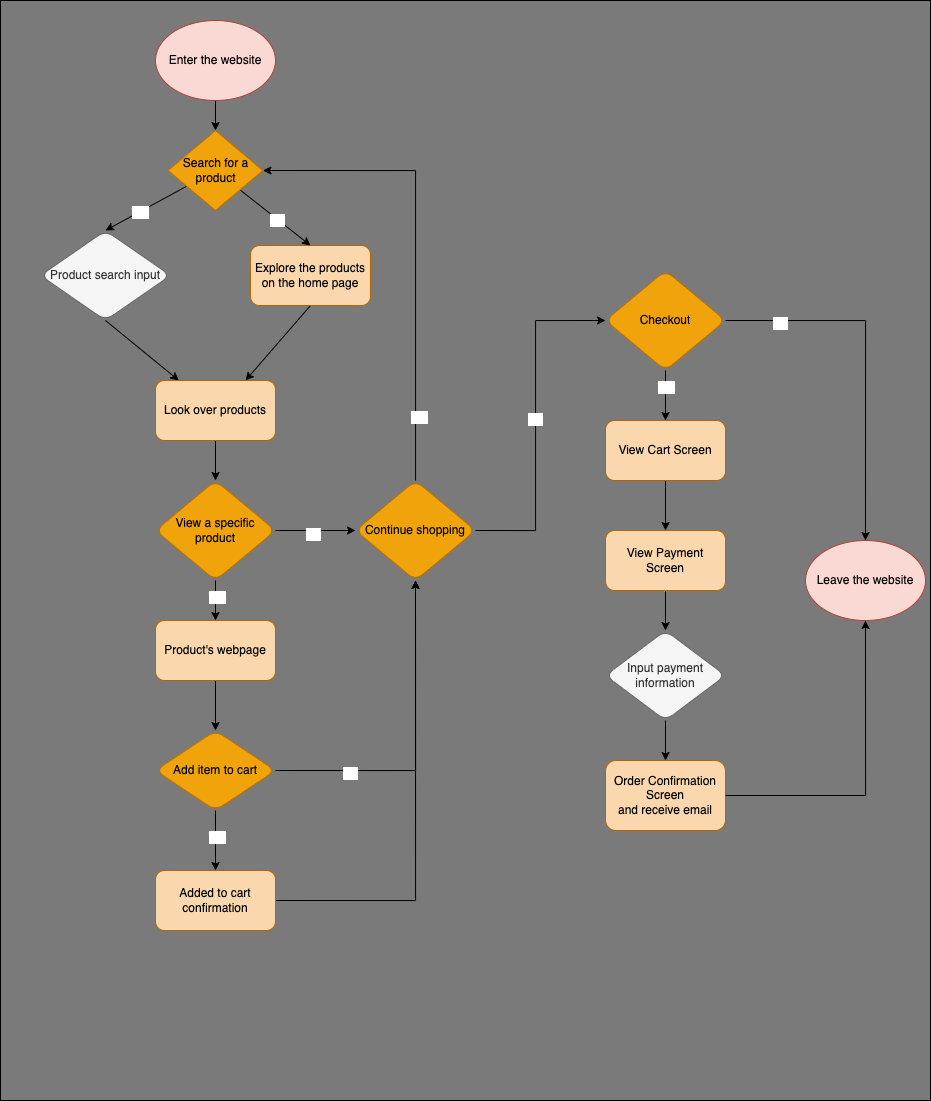
The draw.io diagram explore/diagramming/diagram.drawio.png in compivar/fa22-cse110-lab4, before a commit. Source tidied: cells renumbered, new cells last; positions are measured from the earlier drawing's top-left corner, leaving out a move shared by most shapes.
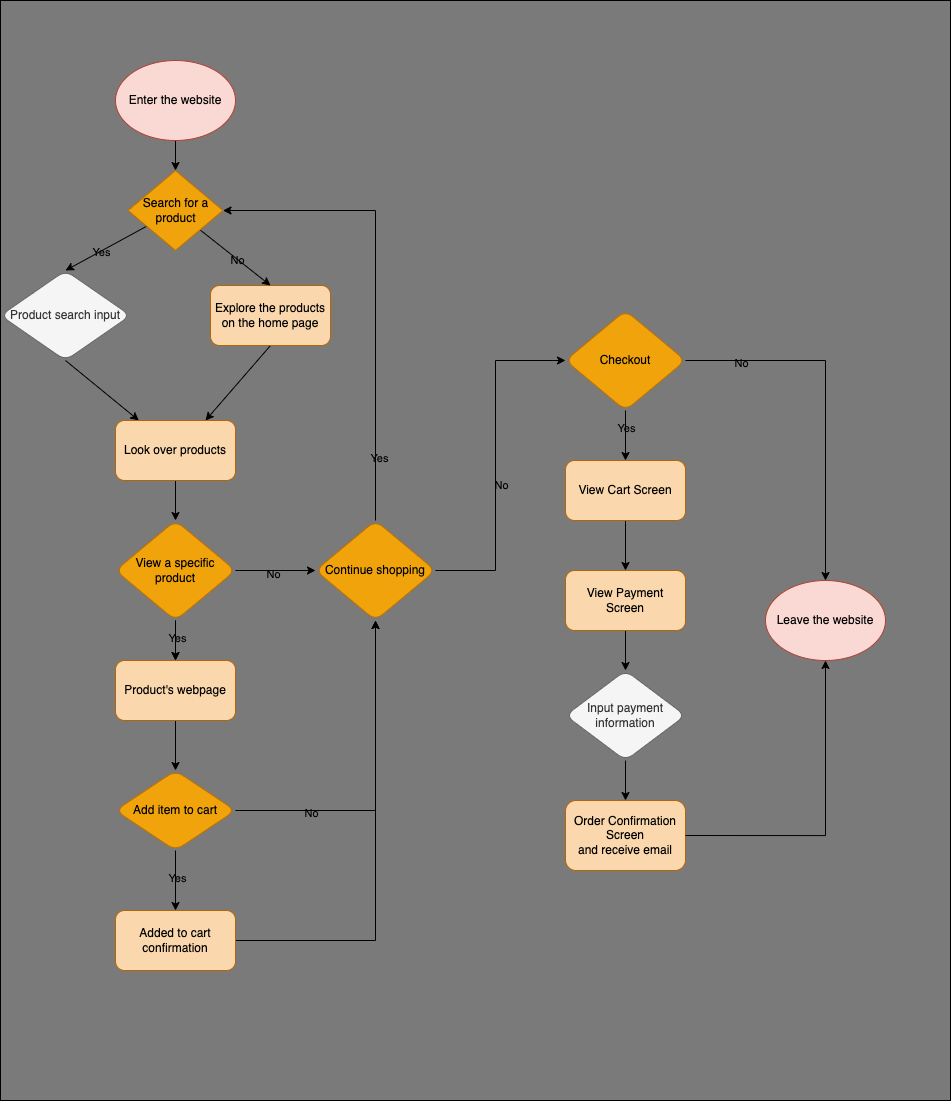
The same file after the commit.

Commit message:
Updated diagram background

What changed in the source:
```diff
@@ -1,12 +1,12 @@
-<mxGraphModel>
+<mxGraphModel background="#C4C4C4">
   <root>
     <mxCell id="0" />
     <mxCell id="1" value="Background Color" parent="0" />
     <mxCell id="2" style="rounded=0;whiteSpace=wrap;html=1;fontColor=#FFFFFF;fillColor=#7A7A7A;" parent="1" vertex="1">
-      <mxGeometry width="930" height="1100" as="geometry" />
+      <mxGeometry x="40" y="-40" width="950" height="1100" as="geometry" />
     </mxCell>
     <mxCell id="3" parent="0" />
-    <mxCell id="4" style="edgeStyle=none;html=1;fontColor=#000000;entryX=0.5;entryY=0;entryDx=0;entryDy=0;" parent="3" edge="1" source="5" target="35">
+    <mxCell id="4" style="edgeStyle=none;html=1;fontColor=#000000;entryX=0.5;entryY=0;entryDx=0;entryDy=0;strokeColor=#000000;" parent="3" edge="1" source="5" target="35">
       <mxGeometry relative="1" as="geometry" />
     </mxCell>
     <mxCell id="5" value="&lt;font color=&quot;#000000&quot;&gt;Enter the website&lt;br&gt;&lt;/font&gt;" style="ellipse;whiteSpace=wrap;html=1;fillColor=#fad9d5;strokeColor=#ae4132;" parent="3" vertex="1">
@@ -15,57 +15,60 @@
     <mxCell id="6" value="&lt;font color=&quot;#000000&quot;&gt;Leave&amp;nbsp;the website&lt;br&gt;&lt;/font&gt;" style="ellipse;whiteSpace=wrap;html=1;fillColor=#fad9d5;strokeColor=#ae4132;" parent="3" vertex="1">
       <mxGeometry x="805" y="540" width="120" height="80" as="geometry" />
     </mxCell>
-    <mxCell id="7" style="edgeStyle=none;html=1;entryX=0.75;entryY=0;entryDx=0;entryDy=0;fontColor=#000000;exitX=0.5;exitY=1;exitDx=0;exitDy=0;" parent="3" edge="1" source="8" target="12">
+    <mxCell id="7" style="edgeStyle=none;html=1;entryX=0.75;entryY=0;entryDx=0;entryDy=0;fontColor=#000000;exitX=0.5;exitY=1;exitDx=0;exitDy=0;strokeColor=#000000;" parent="3" edge="1" source="8" target="12">
       <mxGeometry relative="1" as="geometry" />
     </mxCell>
     <mxCell id="8" value="&lt;font color=&quot;#000000&quot;&gt;Explore the products on the home page&lt;br&gt;&lt;/font&gt;" style="rounded=1;whiteSpace=wrap;html=1;fillColor=#fad7ac;strokeColor=#b46504;" parent="3" vertex="1">
       <mxGeometry x="250" y="245" width="120" height="60" as="geometry" />
     </mxCell>
-    <mxCell id="9" style="edgeStyle=none;html=1;fontColor=#000000;exitX=0.5;exitY=1;exitDx=0;exitDy=0;" parent="3" edge="1" source="10" target="12">
+    <mxCell id="9" style="edgeStyle=none;html=1;fontColor=#000000;exitX=0.5;exitY=1;exitDx=0;exitDy=0;strokeColor=#000000;" parent="3" edge="1" source="10" target="12">
       <mxGeometry relative="1" as="geometry" />
     </mxCell>
     <mxCell id="10" value="Product search input" style="rhombus;whiteSpace=wrap;html=1;fillColor=#f5f5f5;strokeColor=#666666;rounded=1;fontColor=#333333;" parent="3" vertex="1">
       <mxGeometry x="40" y="230" width="130" height="90" as="geometry" />
     </mxCell>
-    <mxCell id="11" style="edgeStyle=none;html=1;fontColor=#000000;" parent="3" edge="1" source="12" target="17">
+    <mxCell id="11" style="edgeStyle=none;html=1;fontColor=#000000;strokeColor=#000000;" parent="3" edge="1" source="12" target="17">
       <mxGeometry relative="1" as="geometry" />
     </mxCell>
     <mxCell id="12" value="Look over products" style="rounded=1;whiteSpace=wrap;html=1;fillColor=#fad7ac;strokeColor=#b46504;fontColor=#000000;" parent="3" vertex="1">
       <mxGeometry x="155" y="380" width="120" height="60" as="geometry" />
     </mxCell>
-    <mxCell id="13" style="edgeStyle=none;html=1;fontColor=#000000;" parent="3" edge="1" source="17" target="19">
+    <mxCell id="13" style="edgeStyle=none;html=1;fontColor=#000000;strokeColor=#000000;" parent="3" edge="1" source="17" target="19">
       <mxGeometry relative="1" as="geometry" />
     </mxCell>
-    <mxCell id="14" value="&lt;font color=&quot;#ffffff&quot;&gt;Yes&lt;/font&gt;" style="edgeLabel;html=1;align=center;verticalAlign=middle;fontColor=#000000;" parent="13" vertex="1">
+    <mxCell id="14" value="&lt;font&gt;Yes&lt;/font&gt;" style="edgeLabel;html=1;align=center;verticalAlign=middle;fontColor=#000000;labelBackgroundColor=none;" parent="13" vertex="1">
       <mxGeometry x="-0.17" y="1" relative="1" as="geometry" />
     </mxCell>
-    <mxCell id="15" style="edgeStyle=none;rounded=0;html=1;fontColor=#FFFFFF;" parent="3" edge="1" source="17" target="25">
+    <mxCell id="15" style="edgeStyle=none;rounded=0;html=1;fontColor=#FFFFFF;strokeColor=#000000;" parent="3" edge="1" source="17" target="25">
       <mxGeometry relative="1" as="geometry" />
     </mxCell>
-    <mxCell id="16" value="No" style="edgeLabel;html=1;align=center;verticalAlign=middle;fontColor=#FFFFFF;" parent="15" vertex="1">
+    <mxCell id="16" value="No" style="edgeLabel;html=1;align=center;verticalAlign=middle;fontColor=#000000;labelBackgroundColor=none;" parent="15" vertex="1">
       <mxGeometry x="-0.07" y="-2" relative="1" as="geometry">
         <mxPoint y="1" as="offset" />
       </mxGeometry>
     </mxCell>
+    <mxCell id="49" style="edgeStyle=none;rounded=0;html=1;fontColor=#000000;strokeColor=#000000;" parent="3" edge="1" source="17" target="19">
+      <mxGeometry relative="1" as="geometry" />
+    </mxCell>
     <mxCell id="17" value="View a specific product" style="rhombus;whiteSpace=wrap;html=1;rounded=1;fillColor=#f0a30a;fontColor=#000000;strokeColor=#BD7000;" parent="3" vertex="1">
       <mxGeometry x="155" y="480" width="120" height="100" as="geometry" />
     </mxCell>
-    <mxCell id="18" style="edgeStyle=none;html=1;fontColor=#000000;" parent="3" edge="1" source="19" target="22">
+    <mxCell id="18" style="edgeStyle=none;html=1;fontColor=#000000;strokeColor=#000000;" parent="3" edge="1" source="19" target="22">
       <mxGeometry relative="1" as="geometry" />
     </mxCell>
     <mxCell id="19" value="Product's webpage" style="rounded=1;whiteSpace=wrap;html=1;fillColor=#fad7ac;strokeColor=#b46504;fontColor=#000000;" parent="3" vertex="1">
       <mxGeometry x="155" y="620" width="120" height="60" as="geometry" />
     </mxCell>
-    <mxCell id="20" style="edgeStyle=none;rounded=0;html=1;fontColor=#000000;" parent="3" edge="1" source="22" target="24">
+    <mxCell id="20" style="edgeStyle=none;rounded=0;html=1;fontColor=#000000;strokeColor=#000000;" parent="3" edge="1" source="22" target="24">
       <mxGeometry relative="1" as="geometry" />
     </mxCell>
-    <mxCell id="21" value="Yes" style="edgeLabel;html=1;align=center;verticalAlign=middle;fontColor=#FFFFFF;" parent="20" vertex="1">
+    <mxCell id="21" value="Yes" style="edgeLabel;html=1;align=center;verticalAlign=middle;fontColor=#000000;labelBackgroundColor=none;" parent="20" vertex="1">
       <mxGeometry x="-0.09" y="1" relative="1" as="geometry" />
     </mxCell>
     <mxCell id="22" value="Add item to cart" style="rhombus;whiteSpace=wrap;html=1;rounded=1;fillColor=#f0a30a;fontColor=#000000;strokeColor=#BD7000;" parent="3" vertex="1">
       <mxGeometry x="155" y="730" width="120" height="80" as="geometry" />
     </mxCell>
-    <mxCell id="23" style="edgeStyle=orthogonalEdgeStyle;rounded=0;html=1;fontColor=#000000;entryX=0.5;entryY=1;entryDx=0;entryDy=0;" parent="3" edge="1" target="25">
+    <mxCell id="23" style="edgeStyle=orthogonalEdgeStyle;rounded=0;html=1;fontColor=#000000;entryX=0.5;entryY=1;entryDx=0;entryDy=0;strokeColor=#000000;" parent="3" edge="1" target="25">
       <mxGeometry relative="1" as="geometry">
         <mxPoint x="275" y="900" as="sourcePoint" />
         <Array as="points">
@@ -79,16 +82,16 @@
     <mxCell id="25" value="Continue shopping" style="rhombus;whiteSpace=wrap;html=1;rounded=1;fillColor=#f0a30a;fontColor=#000000;strokeColor=#BD7000;" parent="3" vertex="1">
       <mxGeometry x="355" y="480" width="120" height="100" as="geometry" />
     </mxCell>
-    <mxCell id="26" style="edgeStyle=none;rounded=0;html=1;fontColor=#FFFFFF;" parent="3" edge="1" source="28" target="39">
+    <mxCell id="26" style="edgeStyle=none;rounded=0;html=1;fontColor=#FFFFFF;strokeColor=#000000;" parent="3" edge="1" source="28" target="39">
       <mxGeometry relative="1" as="geometry" />
     </mxCell>
-    <mxCell id="27" value="Yes" style="edgeLabel;html=1;align=center;verticalAlign=middle;fontColor=#FFFFFF;" parent="26" vertex="1">
+    <mxCell id="27" value="Yes" style="edgeLabel;html=1;align=center;verticalAlign=middle;fontColor=#000000;labelBackgroundColor=none;" parent="26" vertex="1">
       <mxGeometry x="-0.35" relative="1" as="geometry" />
     </mxCell>
     <mxCell id="28" value="Checkout" style="rhombus;whiteSpace=wrap;html=1;rounded=1;fillColor=#f0a30a;fontColor=#000000;strokeColor=#BD7000;" parent="3" vertex="1">
       <mxGeometry x="605" y="270" width="120" height="100" as="geometry" />
     </mxCell>
-    <mxCell id="29" style="edgeStyle=orthogonalEdgeStyle;rounded=0;html=1;fontColor=#000000;" parent="3" edge="1">
+    <mxCell id="29" style="edgeStyle=orthogonalEdgeStyle;rounded=0;html=1;fontColor=#000000;strokeColor=#000000;" parent="3" edge="1">
       <mxGeometry relative="1" as="geometry">
         <mxPoint x="275" y="770" as="sourcePoint" />
         <mxPoint x="415" y="580" as="targetPoint" />
@@ -97,19 +100,19 @@
         </Array>
       </mxGeometry>
     </mxCell>
-    <mxCell id="30" value="No" style="edgeLabel;html=1;align=center;verticalAlign=middle;fontColor=#FFFFFF;" parent="29" vertex="1">
+    <mxCell id="30" value="No" style="edgeLabel;html=1;align=center;verticalAlign=middle;fontColor=#000000;labelBackgroundColor=none;" parent="29" vertex="1">
       <mxGeometry x="-0.55" y="-2" relative="1" as="geometry" />
     </mxCell>
-    <mxCell id="31" style="edgeStyle=none;rounded=0;html=1;entryX=0.5;entryY=0;entryDx=0;entryDy=0;fontColor=#FFFFFF;" parent="3" edge="1" source="35" target="10">
+    <mxCell id="31" style="edgeStyle=none;rounded=0;html=1;entryX=0.5;entryY=0;entryDx=0;entryDy=0;fontColor=#FFFFFF;strokeColor=#000000;" parent="3" edge="1" source="35" target="10">
       <mxGeometry relative="1" as="geometry" />
     </mxCell>
-    <mxCell id="32" value="Yes" style="edgeLabel;html=1;align=center;verticalAlign=middle;fontColor=#FFFFFF;" parent="31" vertex="1">
+    <mxCell id="32" value="&lt;font color=&quot;#000000&quot;&gt;Yes&lt;/font&gt;" style="edgeLabel;html=1;align=center;verticalAlign=middle;fontColor=#FFFFFF;labelBackgroundColor=none;" parent="31" vertex="1">
       <mxGeometry x="0.14" relative="1" as="geometry" />
     </mxCell>
-    <mxCell id="33" style="edgeStyle=none;rounded=0;html=1;entryX=0.5;entryY=0;entryDx=0;entryDy=0;fontColor=#FFFFFF;" parent="3" edge="1" source="35" target="8">
+    <mxCell id="33" style="edgeStyle=none;rounded=0;html=1;entryX=0.5;entryY=0;entryDx=0;entryDy=0;fontColor=#FFFFFF;strokeColor=#000000;" parent="3" edge="1" source="35" target="8">
       <mxGeometry relative="1" as="geometry" />
     </mxCell>
-    <mxCell id="34" value="No" style="edgeLabel;html=1;align=center;verticalAlign=middle;fontColor=#FFFFFF;" parent="33" vertex="1">
+    <mxCell id="34" value="No" style="edgeLabel;html=1;align=center;verticalAlign=middle;fontColor=#000000;labelBackgroundColor=none;" parent="33" vertex="1">
       <mxGeometry x="0.06" relative="1" as="geometry">
         <mxPoint x="-1" as="offset" />
       </mxGeometry>
@@ -117,29 +120,29 @@
     <mxCell id="35" value="Search for a product" style="rhombus;whiteSpace=wrap;html=1;fontColor=#000000;fillColor=#f0a30a;strokeColor=#BD7000;" parent="3" vertex="1">
       <mxGeometry x="167.5" y="130" width="95" height="80" as="geometry" />
     </mxCell>
-    <mxCell id="36" style="edgeStyle=orthogonalEdgeStyle;rounded=0;html=1;fontColor=#000000;entryX=1;entryY=0.5;entryDx=0;entryDy=0;" parent="3" edge="1" source="25" target="35">
+    <mxCell id="36" style="edgeStyle=orthogonalEdgeStyle;rounded=0;html=1;fontColor=#000000;entryX=1;entryY=0.5;entryDx=0;entryDy=0;strokeColor=#000000;" parent="3" edge="1" source="25" target="35">
       <mxGeometry relative="1" as="geometry">
         <Array as="points">
           <mxPoint x="415" y="170" />
         </Array>
       </mxGeometry>
     </mxCell>
-    <mxCell id="37" value="Yes" style="edgeLabel;html=1;align=center;verticalAlign=middle;fontColor=#FFFFFF;" parent="36" vertex="1">
+    <mxCell id="37" value="Yes" style="edgeLabel;html=1;align=center;verticalAlign=middle;fontColor=#000000;labelBackgroundColor=none;" parent="36" vertex="1">
       <mxGeometry x="-0.72" y="-3" relative="1" as="geometry" />
     </mxCell>
-    <mxCell id="38" style="edgeStyle=none;rounded=0;html=1;fontColor=#FFFFFF;" parent="3" edge="1" source="39" target="41">
+    <mxCell id="38" style="edgeStyle=none;rounded=0;html=1;fontColor=#FFFFFF;strokeColor=#000000;" parent="3" edge="1" source="39" target="41">
       <mxGeometry relative="1" as="geometry" />
     </mxCell>
     <mxCell id="39" value="View Cart Screen" style="rounded=1;whiteSpace=wrap;html=1;fillColor=#fad7ac;strokeColor=#b46504;fontColor=#000000;" parent="3" vertex="1">
       <mxGeometry x="605" y="420" width="120" height="60" as="geometry" />
     </mxCell>
-    <mxCell id="40" style="edgeStyle=none;rounded=0;html=1;fontColor=#FFFFFF;" parent="3" edge="1" source="41" target="43">
+    <mxCell id="40" style="edgeStyle=none;rounded=0;html=1;fontColor=#FFFFFF;strokeColor=#000000;" parent="3" edge="1" source="41" target="43">
       <mxGeometry relative="1" as="geometry" />
     </mxCell>
     <mxCell id="41" value="View Payment&lt;br&gt;Screen" style="rounded=1;whiteSpace=wrap;html=1;fillColor=#fad7ac;strokeColor=#b46504;fontColor=#000000;" parent="3" vertex="1">
       <mxGeometry x="605" y="530" width="120" height="60" as="geometry" />
     </mxCell>
-    <mxCell id="42" style="edgeStyle=none;rounded=0;html=1;fontColor=#FFFFFF;" parent="3" edge="1" source="43" target="44">
+    <mxCell id="42" style="edgeStyle=none;rounded=0;html=1;fontColor=#FFFFFF;strokeColor=#000000;" parent="3" edge="1" source="43" target="44">
       <mxGeometry relative="1" as="geometry" />
     </mxCell>
     <mxCell id="43" value="Input payment information" style="rhombus;whiteSpace=wrap;html=1;rounded=1;fillColor=#f5f5f5;fontColor=#333333;strokeColor=#666666;" parent="3" vertex="1">
@@ -148,7 +151,7 @@
     <mxCell id="44" value="Order Confirmation Screen&lt;br&gt;and receive email" style="whiteSpace=wrap;html=1;rounded=1;fillColor=#fad7ac;strokeColor=#b46504;fontColor=#000000;" parent="3" vertex="1">
       <mxGeometry x="605" y="760" width="120" height="70" as="geometry" />
     </mxCell>
-    <mxCell id="45" value="&lt;font color=&quot;#ffffff&quot;&gt;No&lt;/font&gt;" style="edgeStyle=orthogonalEdgeStyle;rounded=0;html=1;fontColor=#000000;entryX=0;entryY=0.5;entryDx=0;entryDy=0;exitX=1;exitY=0.5;exitDx=0;exitDy=0;" parent="3" edge="1" source="25" target="28">
+    <mxCell id="45" style="edgeStyle=orthogonalEdgeStyle;rounded=0;html=1;fontColor=#000000;entryX=0;entryY=0.5;entryDx=0;entryDy=0;exitX=1;exitY=0.5;exitDx=0;exitDy=0;strokeColor=#000000;" parent="3" edge="1" source="25" target="28">
       <mxGeometry relative="1" as="geometry">
         <Array as="points">
           <mxPoint x="535" y="530" />
@@ -156,19 +159,24 @@
         </Array>
       </mxGeometry>
     </mxCell>
+    <mxCell id="50" value="No" style="edgeLabel;html=1;align=center;verticalAlign=middle;fontColor=#000000;labelBackgroundColor=none;" parent="45" vertex="1">
+      <mxGeometry x="-0.14" relative="1" as="geometry">
+        <mxPoint x="5" as="offset" />
+      </mxGeometry>
+    </mxCell>
-    <mxCell id="46" style="edgeStyle=orthogonalEdgeStyle;rounded=0;html=1;fontColor=#000000;entryX=0.5;entryY=0;entryDx=0;entryDy=0;exitX=1;exitY=0.5;exitDx=0;exitDy=0;" parent="3" edge="1" source="28" target="6">
+    <mxCell id="46" style="edgeStyle=orthogonalEdgeStyle;rounded=0;html=1;fontColor=#000000;entryX=0.5;entryY=0;entryDx=0;entryDy=0;exitX=1;exitY=0.5;exitDx=0;exitDy=0;strokeColor=#000000;" parent="3" edge="1" source="28" target="6">
       <mxGeometry relative="1" as="geometry">
         <Array as="points">
           <mxPoint x="865" y="320" />
         </Array>
       </mxGeometry>
     </mxCell>
-    <mxCell id="47" value="No" style="edgeLabel;html=1;align=center;verticalAlign=middle;fontColor=#FFFFFF;" parent="46" vertex="1">
+    <mxCell id="47" value="No" style="edgeLabel;html=1;align=center;verticalAlign=middle;fontColor=#000000;labelBackgroundColor=none;" parent="46" vertex="1">
       <mxGeometry x="-0.69" y="-1" relative="1" as="geometry">
         <mxPoint y="1" as="offset" />
       </mxGeometry>
     </mxCell>
-    <mxCell id="48" style="edgeStyle=orthogonalEdgeStyle;rounded=0;html=1;fontColor=#000000;exitX=1;exitY=0.5;exitDx=0;exitDy=0;entryX=0.5;entryY=1;entryDx=0;entryDy=0;" parent="3" edge="1" source="44" target="6">
+    <mxCell id="48" style="edgeStyle=orthogonalEdgeStyle;rounded=0;html=1;fontColor=#000000;exitX=1;exitY=0.5;exitDx=0;exitDy=0;entryX=0.5;entryY=1;entryDx=0;entryDy=0;strokeColor=#000000;" parent="3" edge="1" source="44" target="6">
       <mxGeometry relative="1" as="geometry">
         <Array as="points">
           <mxPoint x="865" y="795" />
```
